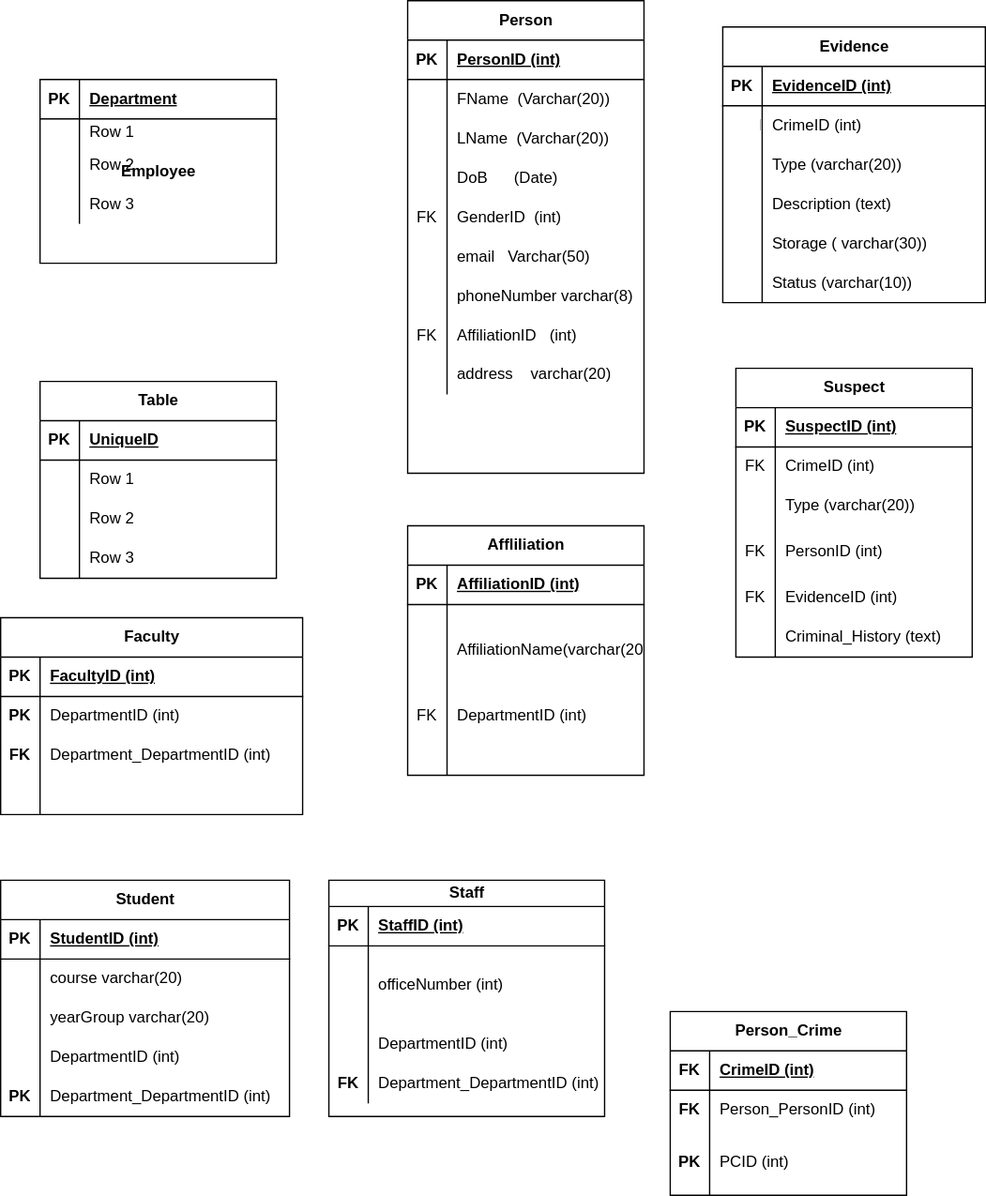
Earlier version of the draw.io export Untitled Diagram.drawio.svg (Priscile2/Diagrams). Source tidied: cells renumbered, new cells last; positions are measured from the earlier drawing's top-left corner, leaving out a move shared by most shapes.
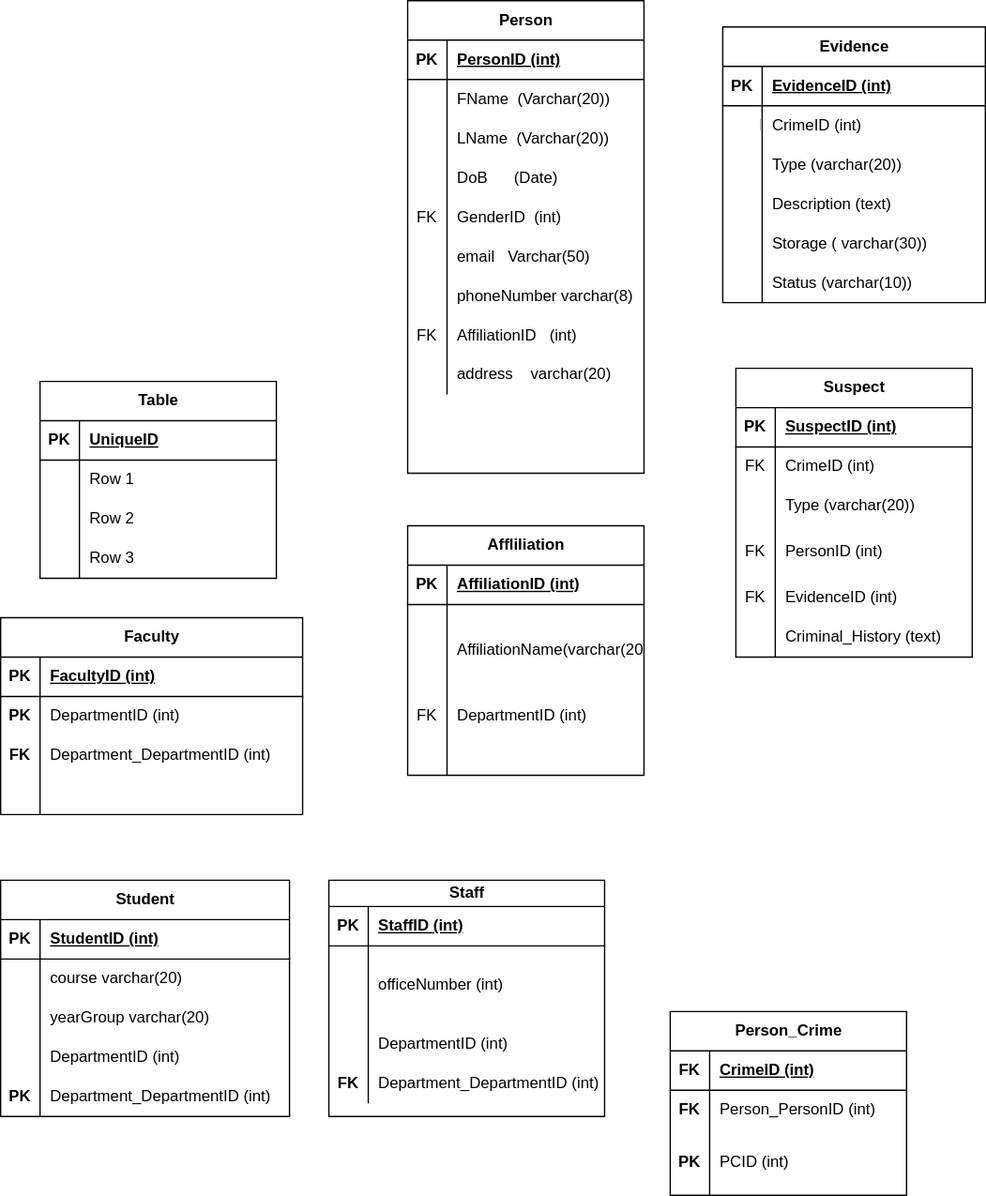
After the change.

The edit, as a diff of the source:
```diff
@@ -2,45 +2,6 @@
   <root>
     <mxCell id="0" />
     <mxCell id="1" parent="0" />
-    <mxCell id="2" value="Employee" style="shape=table;startSize=0;rowLines=0;fontStyle=1;align=center;html=1;" parent="1" vertex="1">
-      <mxGeometry x="30" y="60" width="180" height="140" as="geometry" />
-    </mxCell>
-    <mxCell id="3" style="shape=tableRow;horizontal=0;startSize=0;swimlaneHead=0;swimlaneBody=0;fillColor=none;top=0;left=0;right=0;bottom=1;" parent="2" vertex="1">
-      <mxGeometry width="180" height="30" as="geometry" />
-    </mxCell>
-    <mxCell id="4" value="PK" style="shape=partialRectangle;fillColor=none;top=0;left=0;bottom=0;right=0;fontStyle=1;overflow=hidden;whiteSpace=wrap;html=1;" parent="3" vertex="1">
-      <mxGeometry width="30" height="30" as="geometry" />
-    </mxCell>
-    <mxCell id="5" value="Department" style="shape=partialRectangle;fillColor=none;top=0;left=0;bottom=0;right=0;align=left;spacingLeft=6;fontStyle=5;overflow=hidden;whiteSpace=wrap;html=1;" parent="3" vertex="1">
-      <mxGeometry x="30" width="150" height="30" as="geometry" />
-    </mxCell>
-    <mxCell id="6" style="shape=tableRow;horizontal=0;startSize=0;swimlaneHead=0;swimlaneBody=0;fillColor=none;top=0;left=0;right=0;bottom=0;" parent="2" vertex="1">
-      <mxGeometry y="30" width="180" height="20" as="geometry" />
-    </mxCell>
-    <mxCell id="7" style="shape=partialRectangle;fillColor=none;top=0;left=0;bottom=0;right=0;overflow=hidden;whiteSpace=wrap;html=1;" parent="6" vertex="1">
-      <mxGeometry width="30" height="20" as="geometry" />
-    </mxCell>
-    <mxCell id="8" value="Row 1" style="shape=partialRectangle;fillColor=none;top=0;left=0;bottom=0;right=0;align=left;spacingLeft=6;overflow=hidden;whiteSpace=wrap;html=1;" parent="6" vertex="1">
-      <mxGeometry x="30" width="150" height="20" as="geometry" />
-    </mxCell>
-    <mxCell id="9" style="shape=tableRow;horizontal=0;startSize=0;swimlaneHead=0;swimlaneBody=0;fillColor=none;top=0;left=0;right=0;bottom=0;" parent="2" vertex="1">
-      <mxGeometry y="50" width="180" height="30" as="geometry" />
-    </mxCell>
-    <mxCell id="10" style="shape=partialRectangle;fillColor=none;top=0;left=0;bottom=0;right=0;overflow=hidden;whiteSpace=wrap;html=1;" parent="9" vertex="1">
-      <mxGeometry width="30" height="30" as="geometry" />
-    </mxCell>
-    <mxCell id="11" value="Row 2" style="shape=partialRectangle;fillColor=none;top=0;left=0;bottom=0;right=0;align=left;spacingLeft=6;overflow=hidden;whiteSpace=wrap;html=1;" parent="9" vertex="1">
-      <mxGeometry x="30" width="150" height="30" as="geometry" />
-    </mxCell>
-    <mxCell id="12" style="shape=tableRow;horizontal=0;startSize=0;swimlaneHead=0;swimlaneBody=0;fillColor=none;top=0;left=0;right=0;bottom=0;" parent="2" vertex="1">
-      <mxGeometry y="80" width="180" height="30" as="geometry" />
-    </mxCell>
-    <mxCell id="13" style="shape=partialRectangle;fillColor=none;top=0;left=0;bottom=0;right=0;overflow=hidden;whiteSpace=wrap;html=1;" parent="12" vertex="1">
-      <mxGeometry width="30" height="30" as="geometry" />
-    </mxCell>
-    <mxCell id="14" value="Row 3" style="shape=partialRectangle;fillColor=none;top=0;left=0;bottom=0;right=0;align=left;spacingLeft=6;overflow=hidden;whiteSpace=wrap;html=1;" parent="12" vertex="1">
-      <mxGeometry x="30" width="150" height="30" as="geometry" />
-    </mxCell>
     <mxCell id="15" value="Person" style="shape=table;startSize=30;rowLines=0;fontStyle=1;align=center;html=1;" parent="1" vertex="1">
       <mxGeometry x="310" width="180" height="360" as="geometry" />
     </mxCell>
```
